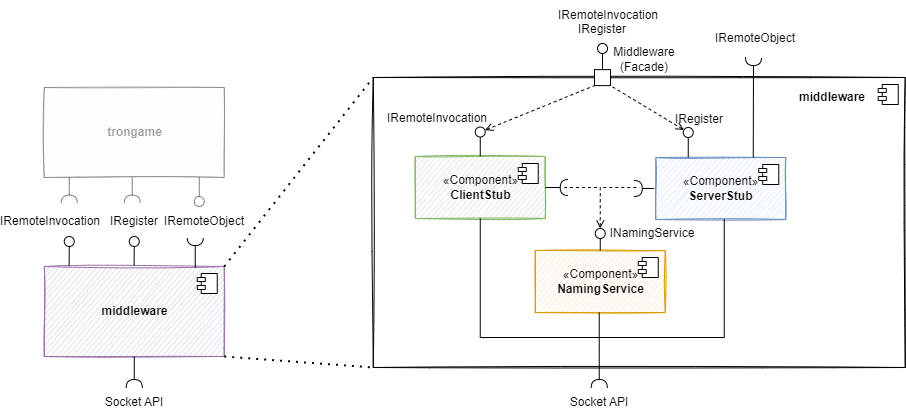
sckoenig/Distributed-Tron keeps this draw.io diagram as Dokumentation/Middleware/diagrams/layer1.png. Above is the earlier version. Source tidied: cells renumbered, new cells last; positions are measured from the earlier drawing's top-left corner, leaving out a move shared by most shapes.
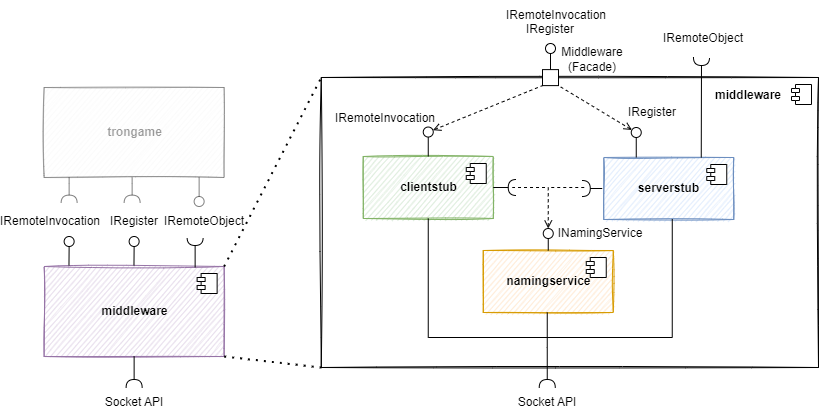
After the commit.

What changed in the source:
```diff
@@ -3,7 +3,7 @@
     <mxCell id="0" />
     <mxCell id="1" parent="0" />
     <mxCell id="2" style="html=1;sketch=1;fillColor=none;" parent="1" vertex="1">
-      <mxGeometry x="352.8" y="77" width="532" height="290" as="geometry" />
+      <mxGeometry x="352.8" y="77" width="497.2" height="290" as="geometry" />
     </mxCell>
     <mxCell id="3" style="shape=module;jettyWidth=8;jettyHeight=4;sketch=0;" parent="2" vertex="1">
       <mxGeometry x="1" width="20" height="20" relative="1" as="geometry">
@@ -11,9 +11,9 @@
       </mxGeometry>
     </mxCell>
     <mxCell id="4" value="&lt;b&gt;middleware&lt;/b&gt;" style="text;html=1;strokeColor=none;fillColor=none;align=center;verticalAlign=middle;whiteSpace=wrap;rounded=0;shadow=0;sketch=0;" parent="1" vertex="1">
-      <mxGeometry x="781.8" y="82" width="60" height="30" as="geometry" />
+      <mxGeometry x="750" y="80" width="60" height="30" as="geometry" />
     </mxCell>
-    <mxCell id="5" value="«Component»&lt;br&gt;&lt;b&gt;ClientStub&lt;/b&gt;" style="html=1;shadow=0;sketch=1;fillColor=#d5e8d4;strokeColor=#82b366;" parent="1" vertex="1">
+    <mxCell id="5" value="&lt;b&gt;clientstub&lt;/b&gt;" style="html=1;shadow=0;sketch=1;fillColor=#d5e8d4;strokeColor=#82b366;" parent="1" vertex="1">
       <mxGeometry x="394.8" y="156" width="130" height="62" as="geometry" />
     </mxCell>
     <mxCell id="6" style="shape=module;jettyWidth=8;jettyHeight=4;shadow=0;sketch=0;" parent="5" vertex="1">
@@ -21,7 +21,7 @@
         <mxPoint x="-27" y="7" as="offset" />
       </mxGeometry>
     </mxCell>
-    <mxCell id="7" value="«Component»&lt;br&gt;&lt;b&gt;ServerStub&lt;/b&gt;" style="html=1;shadow=0;sketch=1;fillColor=#dae8fc;strokeColor=#6c8ebf;" parent="1" vertex="1">
+    <mxCell id="7" value="&lt;b&gt;serverstub&lt;/b&gt;" style="html=1;shadow=0;sketch=1;fillColor=#dae8fc;strokeColor=#6c8ebf;" parent="1" vertex="1">
       <mxGeometry x="635.2" y="157" width="130" height="62" as="geometry" />
     </mxCell>
     <mxCell id="8" style="shape=module;jettyWidth=8;jettyHeight=4;shadow=0;sketch=0;" parent="7" vertex="1">
@@ -30,37 +30,37 @@
       </mxGeometry>
     </mxCell>
     <mxCell id="9" value="&lt;b&gt;trongame&lt;/b&gt;" style="html=1;fillColor=#f5f5f5;strokeColor=#666666;sketch=1;fontColor=#333333;opacity=50;textOpacity=50;" parent="1" vertex="1">
-      <mxGeometry x="23.8" y="87" width="180" height="90" as="geometry" />
+      <mxGeometry x="75.6" y="87" width="180" height="90" as="geometry" />
     </mxCell>
     <mxCell id="10" style="rounded=0;orthogonalLoop=1;jettySize=auto;html=1;endArrow=halfCircle;endFill=0;endSize=6;strokeWidth=1;sketch=0;exitX=0.5;exitY=1;exitDx=0;exitDy=0;opacity=50;" parent="1" edge="1">
       <mxGeometry relative="1" as="geometry">
-        <mxPoint x="111.8" y="177" as="sourcePoint" />
-        <mxPoint x="111.8" y="202.6" as="targetPoint" />
+        <mxPoint x="163.6" y="177" as="sourcePoint" />
+        <mxPoint x="163.6" y="202.6" as="targetPoint" />
         <Array as="points">
-          <mxPoint x="111.8" y="182.6" />
+          <mxPoint x="163.6" y="182.6" />
         </Array>
       </mxGeometry>
     </mxCell>
     <mxCell id="11" style="ellipse;whiteSpace=wrap;html=1;align=center;sketch=0;fillColor=none;" parent="1" vertex="1">
-      <mxGeometry x="43.8" y="236" width="10" height="10" as="geometry" />
+      <mxGeometry x="95.6" y="236" width="10" height="10" as="geometry" />
     </mxCell>
     <mxCell id="12" style="rounded=0;orthogonalLoop=1;jettySize=auto;html=1;endArrow=none;endFill=0;sketch=0;sourcePerimeterSpacing=0;exitX=0.5;exitY=1;exitDx=0;exitDy=0;opacity=50;" parent="1" edge="1">
       <mxGeometry relative="1" as="geometry">
-        <mxPoint x="178.8" y="177" as="sourcePoint" />
-        <mxPoint x="178.8" y="196" as="targetPoint" />
+        <mxPoint x="230.6" y="177" as="sourcePoint" />
+        <mxPoint x="230.6" y="196" as="targetPoint" />
       </mxGeometry>
     </mxCell>
     <mxCell id="13" style="rounded=0;orthogonalLoop=1;jettySize=auto;html=1;endArrow=halfCircle;endFill=0;endSize=6;strokeWidth=1;sketch=0;exitX=0.5;exitY=1;exitDx=0;exitDy=0;opacity=50;" parent="1" edge="1">
       <mxGeometry relative="1" as="geometry">
-        <mxPoint x="48.8" y="177" as="sourcePoint" />
-        <mxPoint x="48.8" y="202.6" as="targetPoint" />
+        <mxPoint x="100.6" y="177" as="sourcePoint" />
+        <mxPoint x="100.6" y="202.6" as="targetPoint" />
         <Array as="points">
-          <mxPoint x="48.8" y="182.6" />
+          <mxPoint x="100.6" y="182.6" />
         </Array>
       </mxGeometry>
     </mxCell>
     <mxCell id="14" value="&lt;b&gt;middleware&lt;/b&gt;" style="html=1;fillColor=#e1d5e7;strokeColor=#9673a6;shadow=0;sketch=1;" parent="1" vertex="1">
-      <mxGeometry x="23.8" y="266" width="180" height="90" as="geometry" />
+      <mxGeometry x="75.6" y="266" width="180" height="90" as="geometry" />
     </mxCell>
     <mxCell id="15" style="shape=module;jettyWidth=8;jettyHeight=4;" parent="14" vertex="1">
       <mxGeometry x="1" width="20" height="20" relative="1" as="geometry">
@@ -68,40 +68,40 @@
       </mxGeometry>
     </mxCell>
     <mxCell id="16" style="ellipse;whiteSpace=wrap;html=1;align=center;sketch=0;fillColor=none;opacity=50;" parent="1" vertex="1">
-      <mxGeometry x="173.8" y="196" width="10" height="10" as="geometry" />
+      <mxGeometry x="225.6" y="196" width="10" height="10" as="geometry" />
     </mxCell>
     <mxCell id="17" style="rounded=0;orthogonalLoop=1;jettySize=auto;html=1;endArrow=none;endFill=0;sketch=0;sourcePerimeterSpacing=0;exitX=0.138;exitY=-0.011;exitDx=0;exitDy=0;exitPerimeter=0;" parent="1" edge="1">
       <mxGeometry relative="1" as="geometry">
-        <mxPoint x="48.6" y="265" as="sourcePoint" />
-        <mxPoint x="48.8" y="246" as="targetPoint" />
+        <mxPoint x="100.5" y="265" as="sourcePoint" />
+        <mxPoint x="100.6" y="246" as="targetPoint" />
       </mxGeometry>
     </mxCell>
     <mxCell id="18" style="ellipse;whiteSpace=wrap;html=1;align=center;sketch=0;fillColor=none;" parent="1" vertex="1">
-      <mxGeometry x="108.8" y="236" width="10" height="10" as="geometry" />
+      <mxGeometry x="160.6" y="236" width="10" height="10" as="geometry" />
     </mxCell>
     <mxCell id="19" style="rounded=0;orthogonalLoop=1;jettySize=auto;html=1;endArrow=none;endFill=0;sketch=0;sourcePerimeterSpacing=0;exitX=0.138;exitY=-0.011;exitDx=0;exitDy=0;exitPerimeter=0;" parent="1" edge="1">
       <mxGeometry relative="1" as="geometry">
-        <mxPoint x="113.6" y="265" as="sourcePoint" />
-        <mxPoint x="113.8" y="246" as="targetPoint" />
+        <mxPoint x="165.5" y="265" as="sourcePoint" />
+        <mxPoint x="165.6" y="246" as="targetPoint" />
       </mxGeometry>
     </mxCell>
     <mxCell id="20" style="rounded=0;orthogonalLoop=1;jettySize=auto;html=1;endArrow=halfCircle;endFill=0;endSize=6;strokeWidth=1;sketch=0;" parent="1" edge="1">
       <mxGeometry relative="1" as="geometry">
-        <mxPoint x="174.7" y="267" as="sourcePoint" />
-        <mxPoint x="174.7" y="237" as="targetPoint" />
+        <mxPoint x="226.6" y="267" as="sourcePoint" />
+        <mxPoint x="226.6" y="237" as="targetPoint" />
         <Array as="points">
-          <mxPoint x="174.8" y="267" />
+          <mxPoint x="226.6" y="267" />
         </Array>
       </mxGeometry>
     </mxCell>
     <mxCell id="21" value="IRemoteObject" style="text;html=1;strokeColor=none;fillColor=none;align=center;verticalAlign=middle;whiteSpace=wrap;rounded=0;" parent="1" vertex="1">
-      <mxGeometry x="153.8" y="206" width="60" height="30" as="geometry" />
+      <mxGeometry x="205.6" y="206" width="60" height="30" as="geometry" />
     </mxCell>
     <mxCell id="22" value="IRegister" style="text;html=1;strokeColor=none;fillColor=none;align=center;verticalAlign=middle;whiteSpace=wrap;rounded=0;" parent="1" vertex="1">
-      <mxGeometry x="83.8" y="206" width="60" height="30" as="geometry" />
+      <mxGeometry x="135.6" y="206" width="60" height="30" as="geometry" />
     </mxCell>
     <mxCell id="23" value="IRemoteInvocation" style="text;html=1;strokeColor=none;fillColor=none;align=center;verticalAlign=middle;whiteSpace=wrap;rounded=0;" parent="1" vertex="1">
-      <mxGeometry y="206" width="60" height="30" as="geometry" />
+      <mxGeometry x="51.9" y="206" width="60" height="30" as="geometry" />
     </mxCell>
     <mxCell id="24" style="ellipse;whiteSpace=wrap;html=1;align=center;points=[];outlineConnect=0;sketch=0;fillColor=none;" parent="1" vertex="1">
       <mxGeometry x="454.8" y="126.5" width="10" height="10" as="geometry" />
@@ -119,14 +119,14 @@
       <mxGeometry relative="1" as="geometry" />
     </mxCell>
     <mxCell id="29" value="IRegister" style="text;html=1;strokeColor=none;fillColor=none;align=center;verticalAlign=middle;whiteSpace=wrap;rounded=0;sketch=0;" parent="1" vertex="1">
-      <mxGeometry x="649" y="104" width="60" height="30" as="geometry" />
+      <mxGeometry x="653.8" y="97" width="60" height="30" as="geometry" />
     </mxCell>
     <mxCell id="30" style="rounded=0;jettySize=auto;html=1;endArrow=halfCircle;endFill=0;endSize=6;strokeWidth=1;sketch=0;exitX=0.75;exitY=0;exitDx=0;exitDy=0;" parent="1" edge="1" source="7">
       <mxGeometry relative="1" as="geometry">
         <mxPoint x="733" y="57" as="targetPoint" />
       </mxGeometry>
     </mxCell>
-    <mxCell id="31" value="«Component»&lt;br&gt;&lt;b&gt;NamingService&lt;/b&gt;" style="html=1;shadow=0;sketch=1;fillColor=#ffe6cc;strokeColor=#d79b00;" parent="1" vertex="1">
+    <mxCell id="31" value="&lt;b&gt;namingservice&lt;/b&gt;" style="html=1;shadow=0;sketch=1;fillColor=#ffe6cc;strokeColor=#d79b00;" parent="1" vertex="1">
       <mxGeometry x="514.8" y="250" width="130" height="62" as="geometry" />
     </mxCell>
     <mxCell id="32" style="shape=module;jettyWidth=8;jettyHeight=4;shadow=0;sketch=0;" parent="31" vertex="1">
@@ -172,7 +172,7 @@
     </mxCell>
     <mxCell id="41" style="endArrow=none;html=1;rounded=0;sketch=0;entryX=0.5;entryY=1;entryDx=0;entryDy=0;" parent="1" edge="1" target="5">
       <mxGeometry relative="1" as="geometry">
-        <mxPoint x="579.7" y="337" as="sourcePoint" />
+        <mxPoint x="579.8" y="337" as="sourcePoint" />
         <Array as="points">
           <mxPoint x="459.8" y="337" />
         </Array>
@@ -196,11 +196,11 @@
       <mxGeometry x="541.8" y="387" width="74" height="30" as="geometry" />
     </mxCell>
     <mxCell id="45" value="Socket API" style="text;html=1;strokeColor=none;fillColor=none;align=center;verticalAlign=middle;whiteSpace=wrap;rounded=0;sketch=0;" parent="1" vertex="1">
-      <mxGeometry x="76.8" y="387" width="74" height="30" as="geometry" />
+      <mxGeometry x="128.6" y="387" width="74" height="30" as="geometry" />
     </mxCell>
     <mxCell id="46" style="rounded=0;jettySize=auto;html=1;endArrow=halfCircle;endFill=0;endSize=6;strokeWidth=1;sketch=0;exitX=0.5;exitY=1;exitDx=0;exitDy=0;" parent="1" edge="1" source="14">
       <mxGeometry relative="1" as="geometry">
-        <mxPoint x="113.8" y="387" as="targetPoint" />
+        <mxPoint x="165.6" y="387" as="targetPoint" />
       </mxGeometry>
     </mxCell>
     <mxCell id="47" style="endArrow=none;dashed=1;html=1;rounded=0;" parent="1" edge="1">
```
